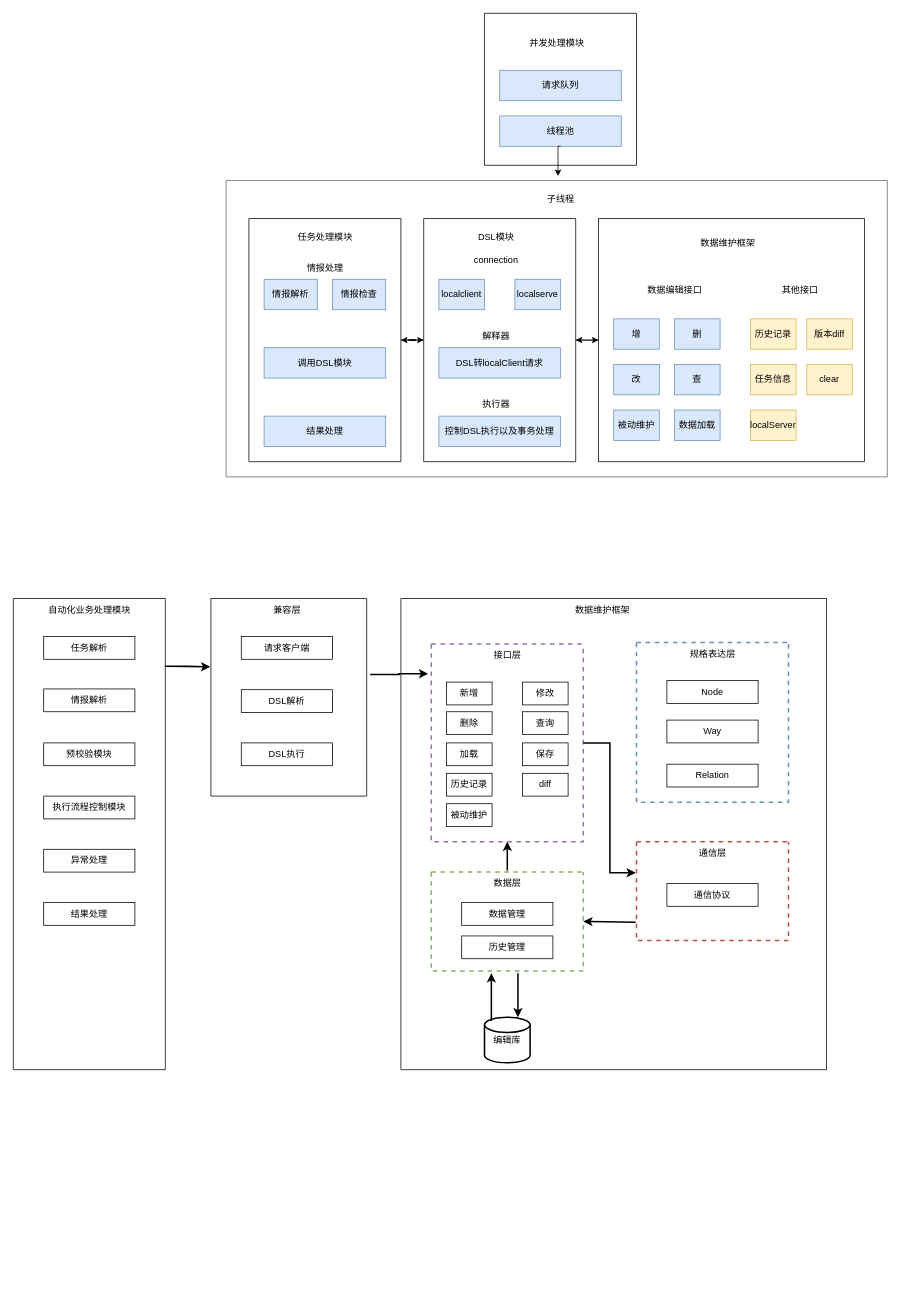
This is kunyu-auto-server/前端自动化服务架构图.drawio from chaijinsong/draw.io, a draw.io file, before an edit. Source tidied: cells renumbered, new cells numbered last; positions are measured from the earlier drawing's top-left corner, leaving out a move shared by most shapes. Both pictures are drawn from the tidied source at 76%, with x=0, y=0 at pixel (13, 13).
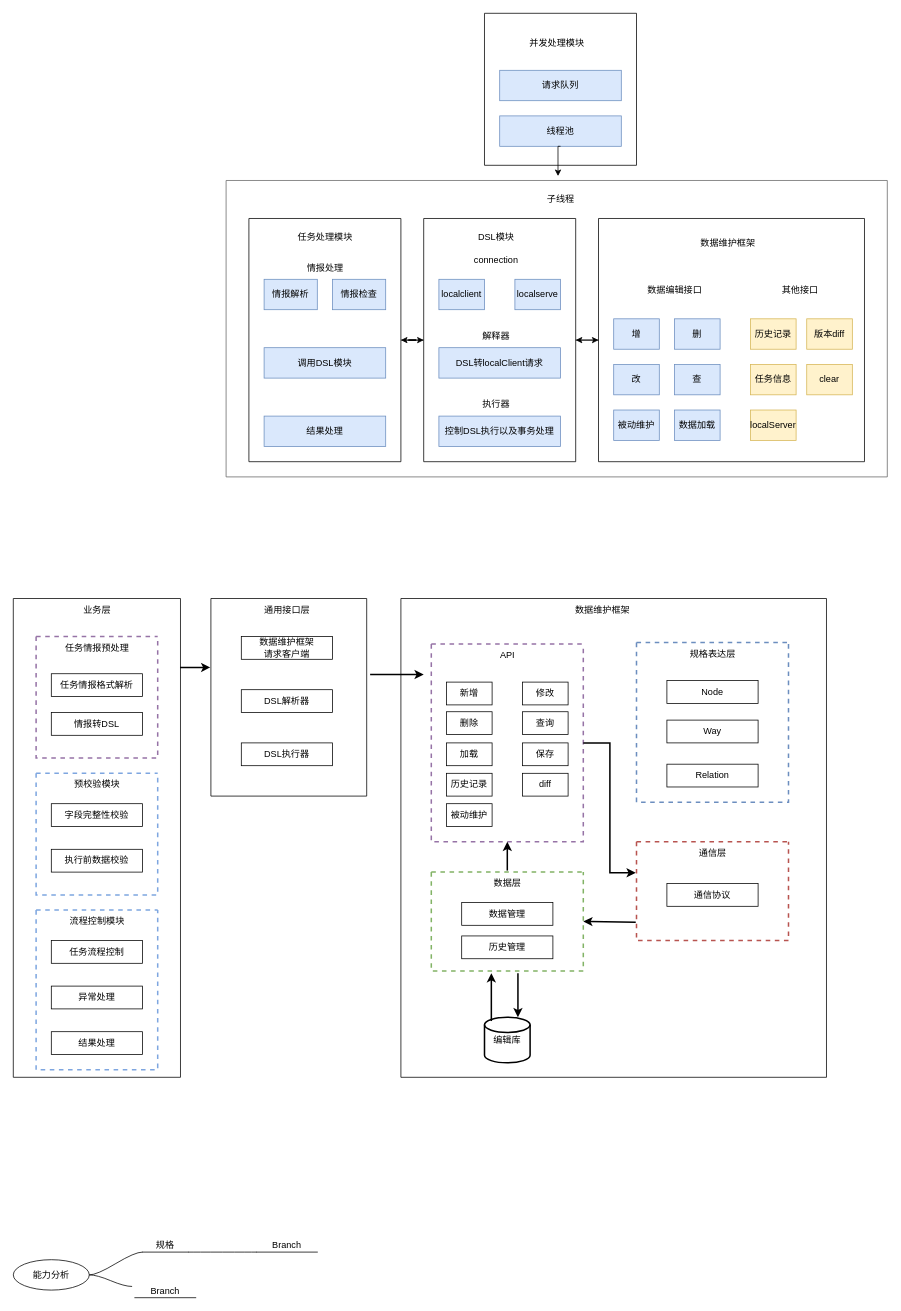
After the change.

Commit message:
更新前端自动化服务架构图.drawio

Unchanged cells that the change refers to:
```xml
<mxCell id="60" style="swimlane;startSize=0;fillColor=#e1d5e7;strokeColor=#9673a6;strokeWidth=2;dashed=1;" parent="1" vertex="1">
  <mxGeometry x="550" y="830" width="200" height="260" as="geometry" />
</mxCell>
<mxCell id="75" style="swimlane;startSize=0;" parent="1" vertex="1">
  <mxGeometry x="260" y="770" width="205" height="260" as="geometry" />
</mxCell>
```

What changed in the source:
```diff
@@
-    <mxCell id="61" value="接口层" style="text;html=1;align=center;verticalAlign=middle;strokeColor=none;fillColor=none;" parent="60" vertex="1">
-      <mxGeometry x="70" width="60" height="30" as="geometry" />
+    <mxCell id="61" value="API" style="text;html=1;align=center;verticalAlign=middle;strokeColor=none;fillColor=none;" parent="60" vertex="1">
+      <mxGeometry x="80" width="40" height="30" as="geometry" />
     </mxCell>
@@
     <mxCell id="73" style="swimlane;startSize=0;" parent="1" vertex="1">
-      <mxGeometry x="510" y="770" width="560" height="620" as="geometry" />
+      <mxGeometry x="510" y="770" width="560" height="630" as="geometry" />
     </mxCell>
@@
-    <mxCell id="76" value="兼容层" style="text;html=1;align=center;verticalAlign=middle;strokeColor=none;fillColor=none;" parent="75" vertex="1">
-      <mxGeometry x="70" width="60" height="30" as="geometry" />
+    <mxCell id="76" value="通用接口层" style="text;html=1;align=center;verticalAlign=middle;strokeColor=none;fillColor=none;" parent="75" vertex="1">
+      <mxGeometry x="60" width="80" height="30" as="geometry" />
     </mxCell>
-    <mxCell id="77" value="请求客户端" style="rounded=0;whiteSpace=wrap;html=1;" parent="75" vertex="1">
+    <mxCell id="77" value="数据维护框架&lt;br&gt;请求客户端" style="rounded=0;whiteSpace=wrap;html=1;" parent="75" vertex="1">
       <mxGeometry x="40" y="50" width="120" height="30" as="geometry" />
     </mxCell>
-    <mxCell id="78" value="DSL解析" style="rounded=0;whiteSpace=wrap;html=1;" parent="75" vertex="1">
+    <mxCell id="78" value="DSL解析器" style="rounded=0;whiteSpace=wrap;html=1;" parent="75" vertex="1">
       <mxGeometry x="40" y="120" width="120" height="30" as="geometry" />
     </mxCell>
-    <mxCell id="79" value="DSL执行" style="rounded=0;whiteSpace=wrap;html=1;" parent="75" vertex="1">
+    <mxCell id="79" value="DSL执行器" style="rounded=0;whiteSpace=wrap;html=1;" parent="75" vertex="1">
       <mxGeometry x="40" y="190" width="120" height="30" as="geometry" />
     </mxCell>
-    <mxCell id="80" style="edgeStyle=orthogonalEdgeStyle;rounded=0;jettySize=auto;html=1;exitX=1.022;exitY=0.385;exitDx=0;exitDy=0;entryX=-0.021;entryY=0.15;entryDx=0;entryDy=0;entryPerimeter=0;strokeWidth=2;exitPerimeter=0;" parent="1" edge="1" source="75" target="60">
-      <mxGeometry relative="1" as="geometry" />
+    <mxCell id="80" style="edgeStyle=orthogonalEdgeStyle;rounded=0;jettySize=auto;html=1;exitX=1.022;exitY=0.385;exitDx=0;exitDy=0;strokeWidth=2;exitPerimeter=0;" parent="1" edge="1" source="75">
+      <mxGeometry relative="1" as="geometry">
+        <mxPoint x="540" y="870" as="targetPoint" />
+      </mxGeometry>
     </mxCell>
     <mxCell id="81" style="swimlane;startSize=0;" parent="1" vertex="1">
-      <mxGeometry y="770" width="200" height="620" as="geometry" />
+      <mxGeometry y="770" width="220" height="630" as="geometry" />
     </mxCell>
-    <mxCell id="82" value="任务解析" style="rounded=0;whiteSpace=wrap;html=1;" parent="81" vertex="1">
-      <mxGeometry x="40" y="50" width="120" height="30" as="geometry" />
-    </mxCell>
-    <mxCell id="83" value="情报解析" style="rounded=0;whiteSpace=wrap;html=1;" parent="81" vertex="1">
-      <mxGeometry x="40" y="119" width="120" height="30" as="geometry" />
-    </mxCell>
+    <mxCell id="88" value="业务层" style="text;html=1;align=center;verticalAlign=middle;strokeColor=none;fillColor=none;" parent="81" vertex="1">
+      <mxGeometry x="80" width="60" height="30" as="geometry" />
+    </mxCell>
+    <mxCell id="90" style="swimlane;startSize=0;dashed=1;strokeWidth=2;strokeColor=#7EA6E0;" parent="81" vertex="1">
+      <mxGeometry x="30" y="230" width="160" height="160" as="geometry" />
+    </mxCell>
-    <mxCell id="84" value="预校验模块" style="rounded=0;whiteSpace=wrap;html=1;" parent="81" vertex="1">
-      <mxGeometry x="40" y="190" width="120" height="30" as="geometry" />
+    <mxCell id="84" value="字段完整性校验" style="rounded=0;whiteSpace=wrap;html=1;" parent="90" vertex="1">
+      <mxGeometry x="20" y="40" width="120" height="30" as="geometry" />
     </mxCell>
-    <mxCell id="85" value="执行流程控制模块" style="rounded=0;whiteSpace=wrap;html=1;" parent="81" vertex="1">
-      <mxGeometry x="40" y="260" width="120" height="30" as="geometry" />
-    </mxCell>
+    <mxCell id="91" value="执行前数据校验" style="rounded=0;whiteSpace=wrap;html=1;" parent="90" vertex="1">
+      <mxGeometry x="20" y="100" width="120" height="30" as="geometry" />
+    </mxCell>
+    <mxCell id="92" value="预校验模块" style="text;html=1;align=center;verticalAlign=middle;strokeColor=none;fillColor=none;" parent="90" vertex="1">
+      <mxGeometry x="40" width="80" height="30" as="geometry" />
+    </mxCell>
+    <mxCell id="93" style="swimlane;startSize=0;dashed=1;strokeWidth=2;strokeColor=#9673a6;fillColor=#e1d5e7;" parent="81" vertex="1">
+      <mxGeometry x="30" y="50" width="160" height="160" as="geometry" />
+    </mxCell>
+    <mxCell id="94" value="任务情报格式解析" style="rounded=0;whiteSpace=wrap;html=1;" parent="93" vertex="1">
+      <mxGeometry x="20" y="49" width="120" height="30" as="geometry" />
+    </mxCell>
+    <mxCell id="95" value="情报转DSL" style="rounded=0;whiteSpace=wrap;html=1;" parent="93" vertex="1">
+      <mxGeometry x="20" y="100" width="120" height="30" as="geometry" />
+    </mxCell>
+    <mxCell id="96" value="任务情报预处理" style="text;html=1;align=center;verticalAlign=middle;strokeColor=none;fillColor=none;" parent="93" vertex="1">
+      <mxGeometry x="25" width="110" height="30" as="geometry" />
+    </mxCell>
+    <mxCell id="97" style="swimlane;startSize=0;dashed=1;strokeWidth=2;strokeColor=#7EA6E0;" parent="81" vertex="1">
+      <mxGeometry x="30" y="410" width="160" height="210" as="geometry" />
+    </mxCell>
+    <mxCell id="98" value="任务流程控制" style="rounded=0;whiteSpace=wrap;html=1;" parent="97" vertex="1">
+      <mxGeometry x="20" y="40" width="120" height="30" as="geometry" />
+    </mxCell>
-    <mxCell id="86" value="异常处理" style="rounded=0;whiteSpace=wrap;html=1;" parent="81" vertex="1">
-      <mxGeometry x="40" y="330" width="120" height="30" as="geometry" />
+    <mxCell id="86" value="异常处理" style="rounded=0;whiteSpace=wrap;html=1;" parent="97" vertex="1">
+      <mxGeometry x="20" y="100" width="120" height="30" as="geometry" />
     </mxCell>
+    <mxCell id="99" value="流程控制模块" style="text;html=1;align=center;verticalAlign=middle;strokeColor=none;fillColor=none;" parent="97" vertex="1">
+      <mxGeometry x="30" width="100" height="30" as="geometry" />
+    </mxCell>
-    <mxCell id="87" value="结果处理" style="rounded=0;whiteSpace=wrap;html=1;" parent="81" vertex="1">
-      <mxGeometry x="40" y="400" width="120" height="30" as="geometry" />
+    <mxCell id="87" value="结果处理" style="rounded=0;whiteSpace=wrap;html=1;" parent="97" vertex="1">
+      <mxGeometry x="20" y="160" width="120" height="30" as="geometry" />
     </mxCell>
-    <mxCell id="88" value="自动化业务处理模块" style="text;html=1;align=center;verticalAlign=middle;strokeColor=none;fillColor=none;" parent="81" vertex="1">
-      <mxGeometry x="35" width="130" height="30" as="geometry" />
-    </mxCell>
@@
+    <mxCell id="100" value="能力分析" style="ellipse;whiteSpace=wrap;html=1;align=center;newEdgeStyle={&quot;edgeStyle&quot;:&quot;entityRelationEdgeStyle&quot;,&quot;startArrow&quot;:&quot;none&quot;,&quot;endArrow&quot;:&quot;none&quot;,&quot;segment&quot;:10,&quot;curved&quot;:1,&quot;sourcePerimeterSpacing&quot;:0,&quot;targetPerimeterSpacing&quot;:0};" parent="1" vertex="1">
+      <mxGeometry y="1640" width="100" height="40" as="geometry" />
+    </mxCell>
+    <mxCell id="101" style="edgeStyle=entityRelationEdgeStyle;rounded=0;jettySize=auto;html=1;startArrow=none;endArrow=none;segment=10;curved=1;sourcePerimeterSpacing=0;targetPerimeterSpacing=0;" parent="1" edge="1" source="102" target="104">
+      <mxGeometry relative="1" as="geometry" />
+    </mxCell>
+    <mxCell id="102" value="规格" style="whiteSpace=wrap;html=1;shape=partialRectangle;top=0;left=0;bottom=1;right=0;points=[[0,1],[1,1]];fillColor=none;align=center;verticalAlign=bottom;routingCenterY=0.5;snapToPoint=1;newEdgeStyle={&quot;edgeStyle&quot;:&quot;entityRelationEdgeStyle&quot;,&quot;startArrow&quot;:&quot;none&quot;,&quot;endArrow&quot;:&quot;none&quot;,&quot;segment&quot;:10,&quot;curved&quot;:1,&quot;sourcePerimeterSpacing&quot;:0,&quot;targetPerimeterSpacing&quot;:0};" parent="1" vertex="1">
+      <mxGeometry x="170" y="1600" width="60" height="30" as="geometry" />
+    </mxCell>
+    <mxCell id="103" style="edgeStyle=entityRelationEdgeStyle;startArrow=none;endArrow=none;segment=10;curved=1;sourcePerimeterSpacing=0;targetPerimeterSpacing=0;rounded=0;exitX=1;exitY=0.5;exitDx=0;exitDy=0;" parent="1" edge="1" source="100" target="102">
+      <mxGeometry relative="1" as="geometry" />
+    </mxCell>
+    <mxCell id="104" value="Branch" style="whiteSpace=wrap;html=1;shape=partialRectangle;top=0;left=0;bottom=1;right=0;points=[[0,1],[1,1]];fillColor=none;align=center;verticalAlign=bottom;routingCenterY=0.5;snapToPoint=1;newEdgeStyle={&quot;edgeStyle&quot;:&quot;entityRelationEdgeStyle&quot;,&quot;startArrow&quot;:&quot;none&quot;,&quot;endArrow&quot;:&quot;none&quot;,&quot;segment&quot;:10,&quot;curved&quot;:1,&quot;sourcePerimeterSpacing&quot;:0,&quot;targetPerimeterSpacing&quot;:0};" parent="1" vertex="1">
+      <mxGeometry x="320" y="1600" width="80" height="30" as="geometry" />
+    </mxCell>
+    <mxCell id="105" value="Branch" style="whiteSpace=wrap;html=1;shape=partialRectangle;top=0;left=0;bottom=1;right=0;points=[[0,1],[1,1]];fillColor=none;align=center;verticalAlign=bottom;routingCenterY=0.5;snapToPoint=1;newEdgeStyle={&quot;edgeStyle&quot;:&quot;entityRelationEdgeStyle&quot;,&quot;startArrow&quot;:&quot;none&quot;,&quot;endArrow&quot;:&quot;none&quot;,&quot;segment&quot;:10,&quot;curved&quot;:1,&quot;sourcePerimeterSpacing&quot;:0,&quot;targetPerimeterSpacing&quot;:0};" parent="1" vertex="1">
+      <mxGeometry x="160" y="1660" width="80" height="30" as="geometry" />
+    </mxCell>
+    <mxCell id="106" style="edgeStyle=entityRelationEdgeStyle;rounded=0;jettySize=auto;html=1;startArrow=none;endArrow=none;segment=10;curved=1;sourcePerimeterSpacing=0;targetPerimeterSpacing=0;entryX=-0.046;entryY=0.507;entryDx=0;entryDy=0;entryPerimeter=0;" parent="1" edge="1" source="100" target="105">
+      <mxGeometry relative="1" as="geometry" />
+    </mxCell>
```
